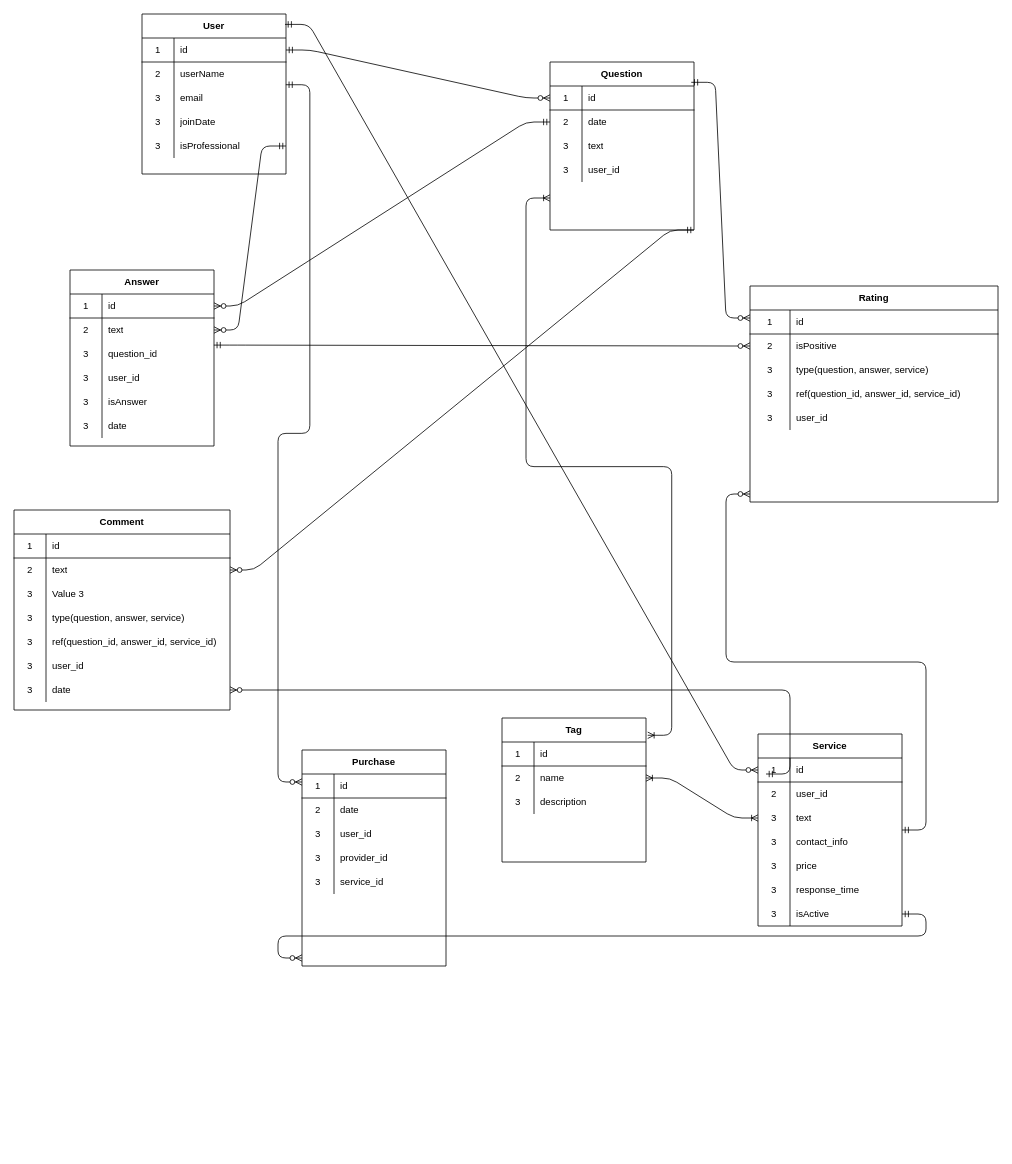
Earlier version of the draw.io diagram knowledgeforhigher.drawio (Drantho/KnowledgeForHigher). Source tidied: cells renumbered, new cells numbered last; positions are measured from the earlier drawing's top-left corner, leaving out a move shared by most shapes. Both pictures are drawn from the tidied source at 80%, with x=0, y=0 at pixel (14, 14).
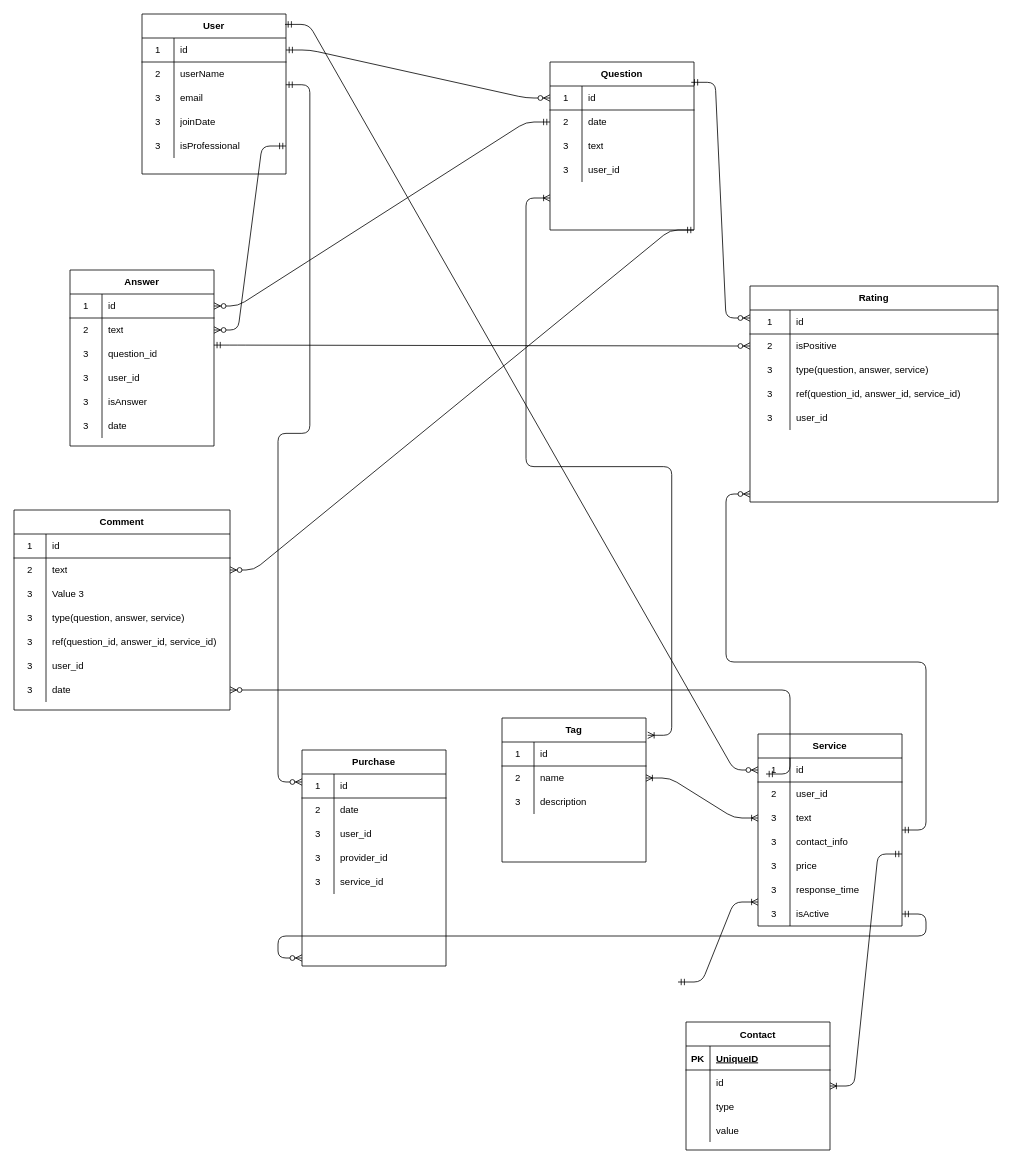
The same page after the edit.

Commit message (it also covers changes not shown here):
erd link added

Unchanged cells that the change refers to:
```xml
<mxCell id="111" style="shape=partialRectangle;html=1;whiteSpace=wrap;fillColor=none;top=0;left=0;bottom=0;right=0;points=[[0,0.5],[1,0.5]];portConstraint=eastwest;" parent="98" vertex="1">
  <mxGeometry y="150" width="180" height="30" as="geometry" />
</mxCell>
```

Diff of the diagram source:
```diff
@@
+    <mxCell id="149" value="Contact" style="shape=table;startSize=30;childLayout=tableLayout;rowLines=0;fontStyle=1;align=center;" parent="1" vertex="1">
+      <mxGeometry x="840" y="1260" width="180" height="160" as="geometry" />
+    </mxCell>
+    <mxCell id="150" style="shape=partialRectangle;fillColor=none;top=0;left=0;bottom=1;right=0;" parent="149" vertex="1">
+      <mxGeometry y="30" width="180" height="30" as="geometry" />
+    </mxCell>
+    <mxCell id="151" value="PK" style="shape=partialRectangle;fillColor=none;top=0;left=0;bottom=0;right=0;fontStyle=1;overflow=hidden;" parent="150" vertex="1">
+      <mxGeometry width="30" height="30" as="geometry" />
+    </mxCell>
+    <mxCell id="152" value="UniqueID" style="shape=partialRectangle;fillColor=none;top=0;left=0;bottom=0;right=0;align=left;spacingLeft=6;fontStyle=5;overflow=hidden;" parent="150" vertex="1">
+      <mxGeometry x="30" width="150" height="30" as="geometry" />
+    </mxCell>
+    <mxCell id="153" style="shape=partialRectangle;fillColor=none;top=0;left=0;bottom=0;right=0;" parent="149" vertex="1">
+      <mxGeometry y="60" width="180" height="30" as="geometry" />
+    </mxCell>
+    <mxCell id="154" style="shape=partialRectangle;fillColor=none;top=0;left=0;bottom=0;right=0;overflow=hidden;" parent="153" vertex="1">
+      <mxGeometry width="30" height="30" as="geometry" />
+    </mxCell>
+    <mxCell id="155" value="id" style="shape=partialRectangle;fillColor=none;top=0;left=0;bottom=0;right=0;align=left;spacingLeft=6;overflow=hidden;" parent="153" vertex="1">
+      <mxGeometry x="30" width="150" height="30" as="geometry" />
+    </mxCell>
+    <mxCell id="156" style="shape=partialRectangle;fillColor=none;top=0;left=0;bottom=0;right=0;" parent="149" vertex="1">
+      <mxGeometry y="90" width="180" height="30" as="geometry" />
+    </mxCell>
+    <mxCell id="157" style="shape=partialRectangle;fillColor=none;top=0;left=0;bottom=0;right=0;overflow=hidden;" parent="156" vertex="1">
+      <mxGeometry width="30" height="30" as="geometry" />
+    </mxCell>
+    <mxCell id="158" value="type" style="shape=partialRectangle;fillColor=none;top=0;left=0;bottom=0;right=0;align=left;spacingLeft=6;overflow=hidden;" parent="156" vertex="1">
+      <mxGeometry x="30" width="150" height="30" as="geometry" />
+    </mxCell>
+    <mxCell id="159" style="shape=partialRectangle;fillColor=none;top=0;left=0;bottom=0;right=0;" parent="149" vertex="1">
+      <mxGeometry y="120" width="180" height="30" as="geometry" />
+    </mxCell>
+    <mxCell id="160" style="shape=partialRectangle;fillColor=none;top=0;left=0;bottom=0;right=0;overflow=hidden;" parent="159" vertex="1">
+      <mxGeometry width="30" height="30" as="geometry" />
+    </mxCell>
+    <mxCell id="161" value="value" style="shape=partialRectangle;fillColor=none;top=0;left=0;bottom=0;right=0;align=left;spacingLeft=6;overflow=hidden;" parent="159" vertex="1">
+      <mxGeometry x="30" width="150" height="30" as="geometry" />
+    </mxCell>
+    <mxCell id="162" style="edgeStyle=entityRelationEdgeStyle;fontSize=12;html=1;endArrow=ERoneToMany;startArrow=ERmandOne;" parent="1" edge="1">
+      <mxGeometry relative="1" as="geometry">
+        <mxPoint x="830" y="1210" as="sourcePoint" />
+        <mxPoint x="930" y="1110" as="targetPoint" />
+      </mxGeometry>
+    </mxCell>
+    <mxCell id="163" style="edgeStyle=entityRelationEdgeStyle;fontSize=12;html=1;endArrow=ERoneToMany;startArrow=ERmandOne;exitX=1;exitY=0;exitDx=0;exitDy=0;exitPerimeter=0;" parent="1" edge="1" source="111" target="149">
+      <mxGeometry relative="1" as="geometry" />
+    </mxCell>
```
